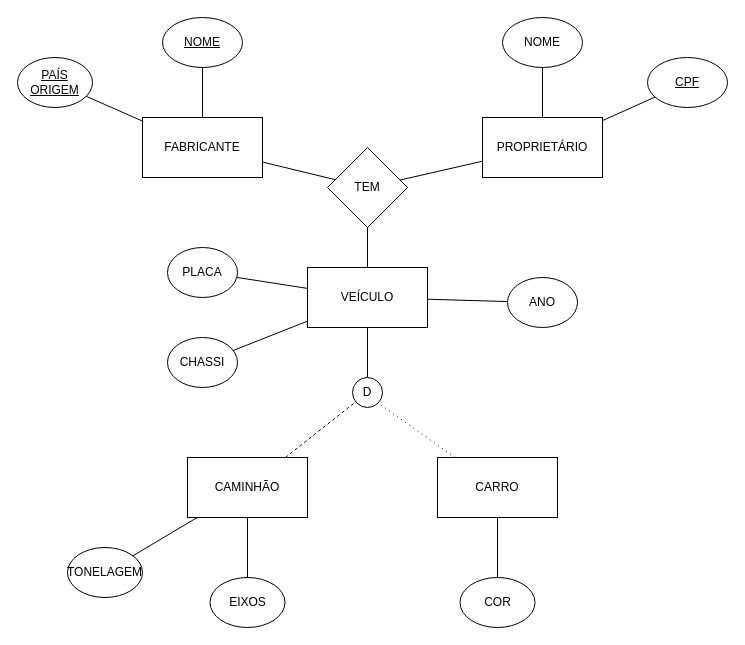
Earlier version of the draw.io diagram Diagrama sem nome.drawio (nazaroti/Trabalho-Banco-de-Dados). Source tidied: cells renumbered, new cells numbered last; positions are measured from the earlier drawing's top-left corner, leaving out a move shared by most shapes. Both pictures are drawn from the tidied source at 100%, with x=0, y=0 at pixel (17, 17).
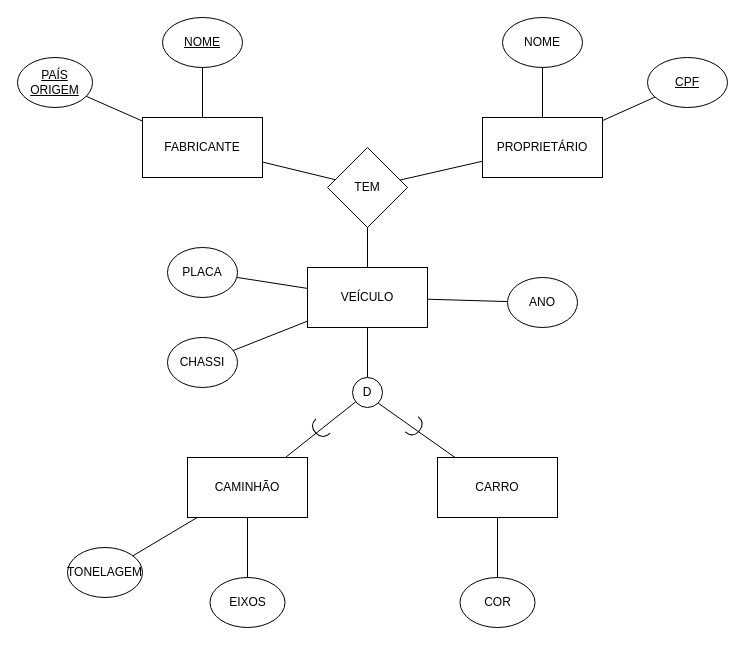
After the change.

Unchanged cells that the change refers to:
```xml
<mxCell id="11" value="CARRO" style="rounded=0;whiteSpace=wrap;html=1;absoluteArcSize=0;imageAspect=1;noLabel=0;portConstraintRotation=0;fixDash=0;" parent="1" vertex="1">
  <mxGeometry x="420" y="440" width="120" height="60" as="geometry" />
</mxCell>
<mxCell id="12" value="CAMINHÃO" style="whiteSpace=wrap;html=1;" parent="1" vertex="1">
  <mxGeometry x="170" y="440" width="120" height="60" as="geometry" />
</mxCell>
<mxCell id="32" value="D" style="ellipse;whiteSpace=wrap;html=1;rounded=0;strokeColor=default;align=center;verticalAlign=middle;fontFamily=Helvetica;fontSize=12;fontColor=default;fillColor=default;" parent="1" vertex="1">
  <mxGeometry x="335" y="360" width="30" height="30" as="geometry" />
</mxCell>
```

Diff of the diagram source:
```diff
@@
-    <mxCell id="33" style="endArrow=none;dashed=1;html=1;rounded=0;fontFamily=Helvetica;fontSize=12;fontColor=default;" parent="1" edge="1" source="12" target="32">
+    <mxCell id="33" style="endArrow=none;html=1;rounded=0;fontFamily=Helvetica;fontSize=12;fontColor=default;" parent="1" edge="1" source="12" target="32">
       <mxGeometry relative="1" as="geometry" />
     </mxCell>
-    <mxCell id="34" style="endArrow=none;html=1;rounded=0;fontFamily=Helvetica;fontSize=12;fontColor=default;entryX=1;entryY=1;entryDx=0;entryDy=0;elbow=vertical;dashed=1;dashPattern=1 4;endFill=0;jumpStyle=none;shadow=0;fixDash=0;" parent="1" edge="1" source="11" target="32">
+    <mxCell id="34" style="endArrow=none;html=1;rounded=0;fontFamily=Helvetica;fontSize=12;fontColor=default;entryX=1;entryY=1;entryDx=0;entryDy=0;elbow=vertical;endFill=0;jumpStyle=none;shadow=0;fixDash=0;" parent="1" edge="1" source="11" target="32">
       <mxGeometry relative="1" as="geometry" />
     </mxCell>
+    <mxCell id="35" style="shape=requiredInterface;html=1;verticalLabelPosition=bottom;sketch=0;rotation=40;" parent="1" vertex="1">
+      <mxGeometry x="393" y="400" width="10" height="20" as="geometry" />
+    </mxCell>
+    <mxCell id="36" style="shape=requiredInterface;html=1;verticalLabelPosition=bottom;sketch=0;rotation=135;" parent="1" vertex="1">
+      <mxGeometry x="297" y="402" width="10" height="20" as="geometry" />
+    </mxCell>
```
